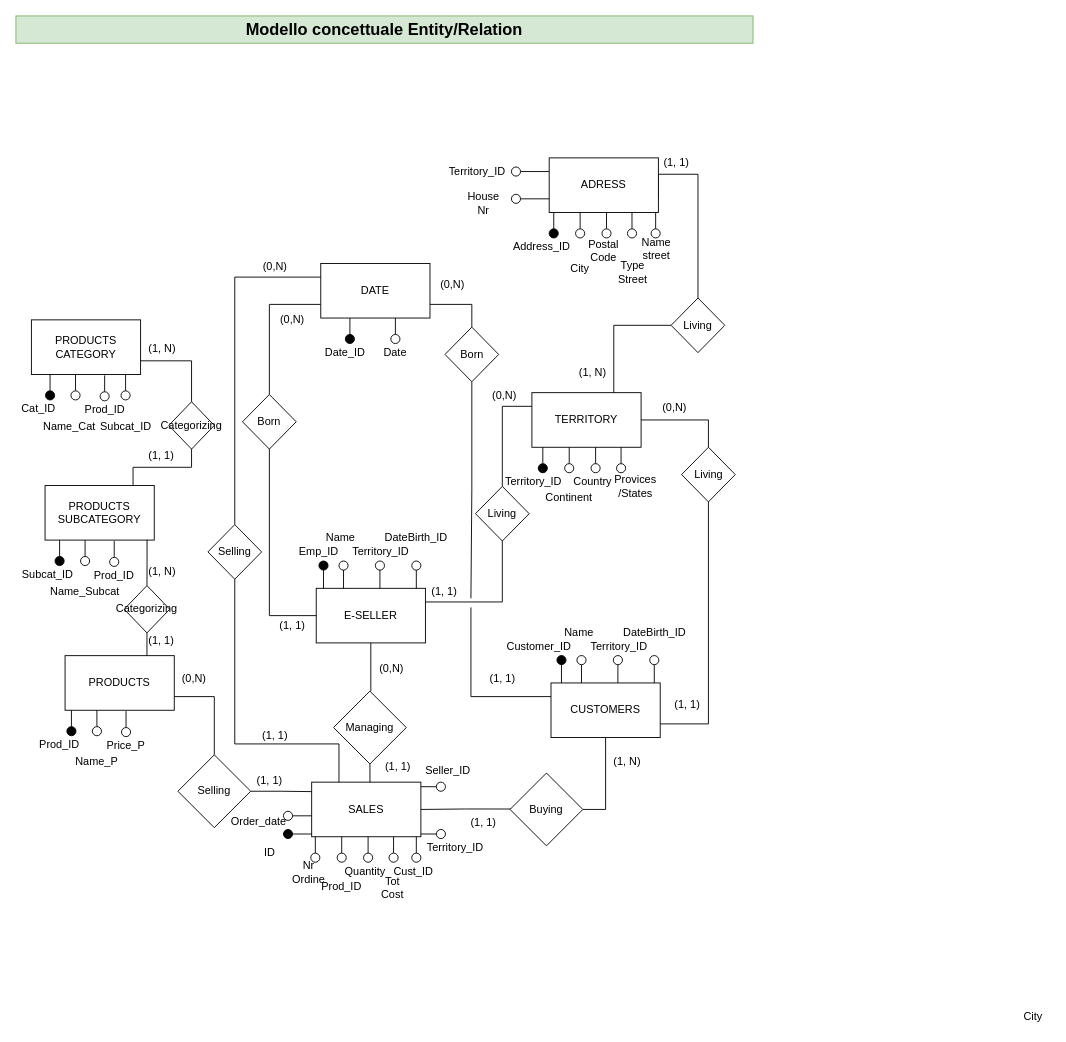
This is DAPT0123_M3/DAPT0123_M3_D8/M3_D8_EsercitazioneFinale_ER.drawio from ElisabettaDeVitoFrancesco/DAPT0123, a draw.io file, before an edit. Source tidied: cells renumbered, new cells numbered last; positions are measured from the earlier drawing's top-left corner, leaving out a move shared by most shapes. Both pictures are drawn from the tidied source at 91%, with x=0, y=0 at pixel (15, 15).
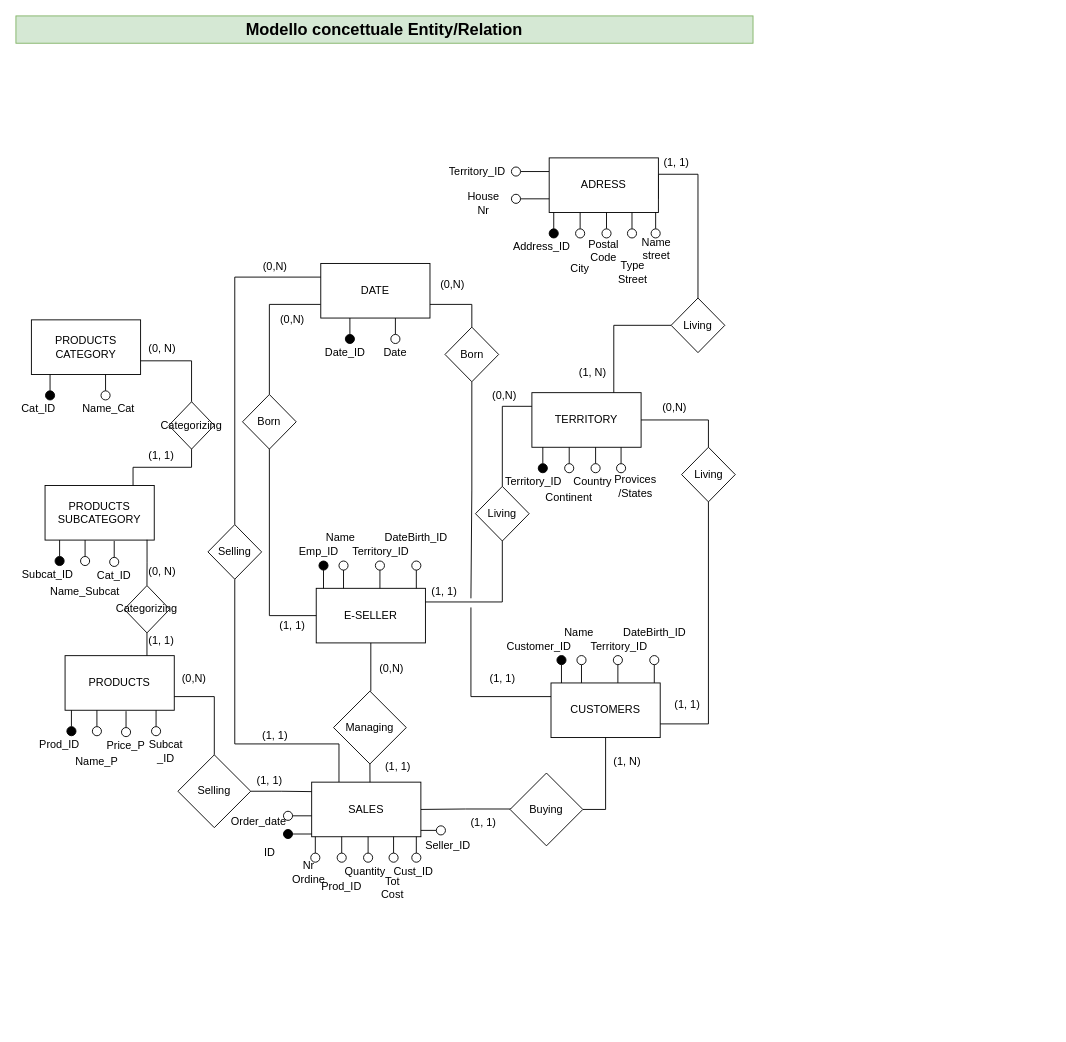
The same page after the edit.

Change to the diagram source:
```diff
@@
-    <mxCell id="66" value="Prod_ID" style="text;html=1;strokeColor=none;fillColor=none;align=center;verticalAlign=middle;whiteSpace=wrap;rounded=0;fontStyle=0;" parent="1" vertex="1">
+    <mxCell id="66" value="Cat_ID" style="text;html=1;strokeColor=none;fillColor=none;align=center;verticalAlign=middle;whiteSpace=wrap;rounded=0;fontStyle=0;" parent="1" vertex="1">
       <mxGeometry x="90" y="605" width="36" height="20" as="geometry" />
     </mxCell>
@@
     <mxCell id="82" style="edgeStyle=orthogonalEdgeStyle;rounded=0;jettySize=auto;html=1;exitX=0.5;exitY=0;exitDx=0;exitDy=0;endArrow=none;endFill=0;" parent="1" edge="1" source="83">
       <mxGeometry relative="1" as="geometry">
-        <mxPoint x="65.5" y="394" as="targetPoint" />
+        <mxPoint x="98.5" y="394" as="targetPoint" />
       </mxGeometry>
     </mxCell>
     <mxCell id="83" style="ellipse;whiteSpace=wrap;html=1;fillColor=#FFFFFF;" parent="1" vertex="1">
-      <mxGeometry x="60.5" y="412" width="10" height="10" as="geometry" />
+      <mxGeometry x="93.5" y="412" width="10" height="10" as="geometry" />
     </mxCell>
     <mxCell id="84" value="Name_Cat" style="text;html=1;strokeColor=none;fillColor=none;align=center;verticalAlign=middle;whiteSpace=wrap;rounded=0;fontStyle=0;" parent="1" vertex="1">
-      <mxGeometry x="40.5" y="441" width="36" height="20" as="geometry" />
+      <mxGeometry x="84" y="422" width="36" height="20" as="geometry" />
     </mxCell>
-    <mxCell id="85" style="edgeStyle=orthogonalEdgeStyle;rounded=0;jettySize=auto;html=1;exitX=0.5;exitY=0;exitDx=0;exitDy=0;endArrow=none;endFill=0;" parent="1" edge="1" source="86">
-      <mxGeometry relative="1" as="geometry">
-        <mxPoint x="97.5" y="395" as="targetPoint" />
-      </mxGeometry>
-    </mxCell>
-    <mxCell id="86" style="ellipse;whiteSpace=wrap;html=1;fillColor=#FFFFFF;" parent="1" vertex="1">
-      <mxGeometry x="92.5" y="413" width="10" height="10" as="geometry" />
-    </mxCell>
-    <mxCell id="87" value="Prod_ID" style="text;html=1;strokeColor=none;fillColor=none;align=center;verticalAlign=middle;whiteSpace=wrap;rounded=0;fontStyle=0;" parent="1" vertex="1">
-      <mxGeometry x="79.5" y="423" width="36" height="20" as="geometry" />
-    </mxCell>
-    <mxCell id="88" style="edgeStyle=orthogonalEdgeStyle;rounded=0;jettySize=auto;html=1;exitX=0.5;exitY=0;exitDx=0;exitDy=0;endArrow=none;endFill=0;" parent="1" edge="1" source="89">
-      <mxGeometry relative="1" as="geometry">
-        <mxPoint x="120.5" y="394" as="targetPoint" />
-      </mxGeometry>
-    </mxCell>
-    <mxCell id="89" style="ellipse;whiteSpace=wrap;html=1;fillColor=#FFFFFF;" parent="1" vertex="1">
-      <mxGeometry x="115.5" y="412" width="10" height="10" as="geometry" />
-    </mxCell>
-    <mxCell id="90" value="Subcat_ID" style="text;html=1;strokeColor=none;fillColor=none;align=center;verticalAlign=middle;whiteSpace=wrap;rounded=0;fontStyle=0;" parent="1" vertex="1">
-      <mxGeometry x="102.5" y="441" width="36" height="20" as="geometry" />
-    </mxCell>
@@
-    <mxCell id="110" value="City" style="text;html=1;strokeColor=none;fillColor=none;align=center;verticalAlign=middle;whiteSpace=wrap;rounded=0;fontStyle=0;" parent="1" vertex="1">
-      <mxGeometry x="1100" y="1090" width="36" height="20" as="geometry" />
-    </mxCell>
@@
-    <mxCell id="141" style="edgeStyle=orthogonalEdgeStyle;rounded=0;jettySize=auto;html=1;exitX=1;exitY=0.5;exitDx=0;exitDy=0;entryX=0;entryY=0.5;entryDx=0;entryDy=0;endArrow=none;endFill=0;" parent="1" edge="1" target="143">
-      <mxGeometry relative="1" as="geometry">
-        <mxPoint x="445" y="899" as="sourcePoint" />
-      </mxGeometry>
-    </mxCell>
-    <mxCell id="142" value="Territory_ID" style="text;html=1;strokeColor=none;fillColor=none;align=center;verticalAlign=middle;whiteSpace=wrap;rounded=0;fontStyle=0;" parent="1" vertex="1">
-      <mxGeometry x="465" y="904" width="36" height="20" as="geometry" />
-    </mxCell>
-    <mxCell id="143" style="ellipse;whiteSpace=wrap;html=1;fillColor=#FFFFFF;" parent="1" vertex="1">
-      <mxGeometry x="462" y="894" width="10" height="10" as="geometry" />
-    </mxCell>
@@
-    <mxCell id="172" value="(1, N)" style="text;html=1;strokeColor=none;fillColor=none;align=center;verticalAlign=middle;whiteSpace=wrap;rounded=0;" parent="1" vertex="1">
+    <mxCell id="172" value="(0, N)" style="text;html=1;strokeColor=none;fillColor=none;align=center;verticalAlign=middle;whiteSpace=wrap;rounded=0;" parent="1" vertex="1">
       <mxGeometry x="143" y="596" width="36" height="30" as="geometry" />
     </mxCell>
-    <mxCell id="173" value="(1, N)" style="text;html=1;strokeColor=none;fillColor=none;align=center;verticalAlign=middle;whiteSpace=wrap;rounded=0;" parent="1" vertex="1">
+    <mxCell id="173" value="(0, N)" style="text;html=1;strokeColor=none;fillColor=none;align=center;verticalAlign=middle;whiteSpace=wrap;rounded=0;" parent="1" vertex="1">
       <mxGeometry x="143" y="351" width="36" height="30" as="geometry" />
     </mxCell>
@@
     <mxCell id="182" value="Seller_ID" style="text;html=1;strokeColor=none;fillColor=none;align=center;verticalAlign=middle;whiteSpace=wrap;rounded=0;fontStyle=0;" parent="1" vertex="1">
-      <mxGeometry x="445" y="820" width="60" height="20" as="geometry" />
+      <mxGeometry x="445" y="902" width="60" height="20" as="geometry" />
     </mxCell>
     <mxCell id="183" style="edgeStyle=orthogonalEdgeStyle;rounded=0;jettySize=auto;html=1;exitX=1;exitY=0.5;exitDx=0;exitDy=0;entryX=0;entryY=0.5;entryDx=0;entryDy=0;endArrow=none;endFill=0;" parent="1" edge="1" target="184">
       <mxGeometry relative="1" as="geometry">
-        <mxPoint x="445" y="847" as="sourcePoint" />
+        <mxPoint x="445" y="895" as="sourcePoint" />
       </mxGeometry>
     </mxCell>
     <mxCell id="184" style="ellipse;whiteSpace=wrap;html=1;fillColor=#FFFFFF;" parent="1" vertex="1">
-      <mxGeometry x="462" y="842" width="10" height="10" as="geometry" />
+      <mxGeometry x="462" y="890" width="10" height="10" as="geometry" />
     </mxCell>
@@
+    <mxCell id="189" style="edgeStyle=orthogonalEdgeStyle;rounded=0;jettySize=auto;html=1;exitX=0.5;exitY=0;exitDx=0;exitDy=0;endArrow=none;endFill=0;" parent="1" edge="1" source="190">
+      <mxGeometry relative="1" as="geometry">
+        <mxPoint x="154" y="763" as="targetPoint" />
+      </mxGeometry>
+    </mxCell>
+    <mxCell id="190" style="ellipse;whiteSpace=wrap;html=1;fillColor=#FFFFFF;" parent="1" vertex="1">
+      <mxGeometry x="149" y="781" width="10" height="10" as="geometry" />
+    </mxCell>
+    <mxCell id="191" value="Subcat&lt;br&gt;_ID" style="text;html=1;strokeColor=none;fillColor=none;align=center;verticalAlign=middle;whiteSpace=wrap;rounded=0;fontStyle=0;" parent="1" vertex="1">
+      <mxGeometry x="147" y="798" width="36" height="20" as="geometry" />
+    </mxCell>
```
